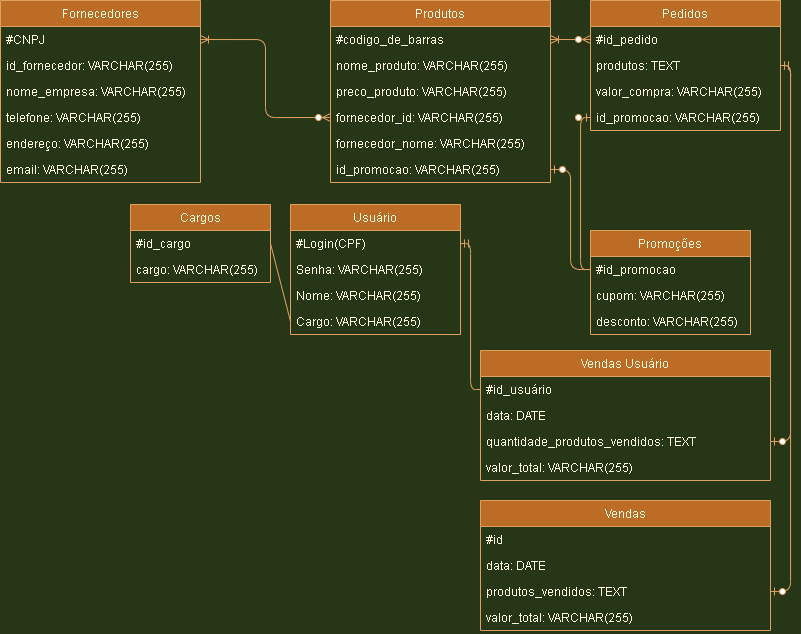
Before: Innovate Market.png, a diagram exported from draw.io (1NxT/Innovate-Market). Source tidied: cells renumbered, new cells last; positions are measured from the earlier drawing's top-left corner, leaving out a move shared by most shapes.
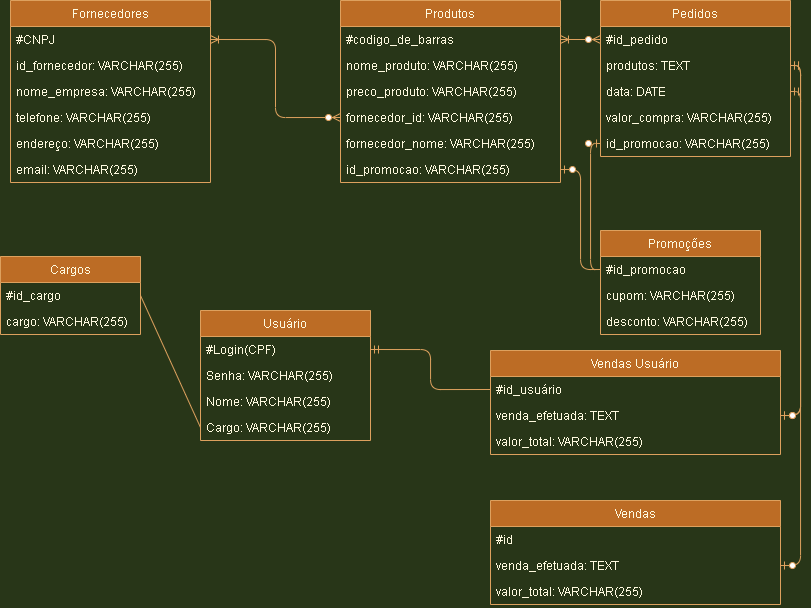
After the change.

Change to the diagram source:
```diff
@@ -3,7 +3,7 @@
     <mxCell id="0" />
     <mxCell id="1" parent="0" />
     <mxCell id="2" value="Usuário" style="swimlane;fontStyle=0;horizontal=1;startSize=26;shadow=0;fillColor=#BC6C25;strokeColor=#DDA15E;fontColor=#FEFAE0;" parent="1" vertex="1">
-      <mxGeometry x="290" y="204" width="170" height="130" as="geometry" />
+      <mxGeometry x="190" y="310" width="170" height="130" as="geometry" />
     </mxCell>
     <mxCell id="3" value="#Login(CPF) " style="text;fillColor=none;align=left;verticalAlign=top;spacingLeft=4;spacingRight=4;overflow=hidden;points=[[0,0.5],[1,0.5]];portConstraint=eastwest;shadow=0;fontColor=#FEFAE0;" parent="2" vertex="1">
       <mxGeometry y="26" width="170" height="26" as="geometry" />
@@ -18,7 +18,7 @@
       <mxGeometry y="104" width="170" height="26" as="geometry" />
     </mxCell>
     <mxCell id="7" value="Cargos" style="swimlane;fontStyle=0;horizontal=1;startSize=26;shadow=0;fillColor=#BC6C25;strokeColor=#DDA15E;fontColor=#FEFAE0;" parent="1" vertex="1">
-      <mxGeometry x="130" y="204" width="140" height="78" as="geometry" />
+      <mxGeometry x="-10" y="256" width="140" height="78" as="geometry" />
     </mxCell>
     <mxCell id="8" value="#id_cargo" style="text;fillColor=none;align=left;verticalAlign=top;spacingLeft=4;spacingRight=4;overflow=hidden;points=[[0,0.5],[1,0.5]];portConstraint=eastwest;shadow=0;fontColor=#FEFAE0;" parent="7" vertex="1">
       <mxGeometry y="26" width="140" height="26" as="geometry" />
@@ -69,7 +69,7 @@
       <mxGeometry y="156" width="200" height="26" as="geometry" />
     </mxCell>
     <mxCell id="24" value="Pedidos" style="swimlane;fontStyle=0;horizontal=1;startSize=26;shadow=0;fillColor=#BC6C25;strokeColor=#DDA15E;fontColor=#FEFAE0;" parent="1" vertex="1">
-      <mxGeometry x="590" width="190" height="130" as="geometry" />
+      <mxGeometry x="590" width="190" height="156" as="geometry" />
     </mxCell>
     <mxCell id="25" value="#id_pedido" style="text;fillColor=none;align=left;verticalAlign=top;spacingLeft=4;spacingRight=4;overflow=hidden;points=[[0,0.5],[1,0.5]];portConstraint=eastwest;shadow=0;fontColor=#FEFAE0;" parent="24" vertex="1">
       <mxGeometry y="26" width="190" height="26" as="geometry" />
@@ -77,11 +77,14 @@
     <mxCell id="26" value="produtos: TEXT" style="text;align=left;verticalAlign=top;spacingLeft=4;spacingRight=4;overflow=hidden;points=[[0,0.5],[1,0.5]];portConstraint=eastwest;shadow=0;fontColor=#FEFAE0;" parent="24" vertex="1">
       <mxGeometry y="52" width="190" height="26" as="geometry" />
     </mxCell>
+    <mxCell id="44" value="data: DATE" style="text;strokeColor=none;fillColor=none;align=left;verticalAlign=top;spacingLeft=4;spacingRight=4;overflow=hidden;points=[[0,0.5],[1,0.5]];portConstraint=eastwest;fontColor=#FEFAE0;" parent="24" vertex="1">
+      <mxGeometry y="78" width="190" height="26" as="geometry" />
+    </mxCell>
     <mxCell id="27" value="valor_compra: VARCHAR(255)" style="text;fillColor=none;align=left;verticalAlign=top;spacingLeft=4;spacingRight=4;overflow=hidden;shadow=0;fontColor=#FEFAE0;" parent="24" vertex="1">
-      <mxGeometry y="78" width="190" height="26" as="geometry" />
+      <mxGeometry y="104" width="190" height="26" as="geometry" />
     </mxCell>
     <mxCell id="28" value="id_promocao: VARCHAR(255)" style="text;fillColor=none;align=left;verticalAlign=top;spacingLeft=4;spacingRight=4;overflow=hidden;points=[[0,0.5],[1,0.5]];portConstraint=eastwest;shadow=0;fontColor=#FEFAE0;" parent="24" vertex="1">
-      <mxGeometry y="104" width="190" height="26" as="geometry" />
+      <mxGeometry y="130" width="190" height="26" as="geometry" />
     </mxCell>
     <mxCell id="29" style="edgeStyle=orthogonalEdgeStyle;fontSize=12;html=1;endArrow=ERoneToMany;startArrow=ERzeroToMany;shadow=0;entryX=1;entryY=0.5;entryDx=0;entryDy=0;exitX=0;exitY=0.5;exitDx=0;exitDy=0;labelBackgroundColor=#283618;strokeColor=#DDA15E;fontColor=#FEFAE0;" parent="1" edge="1" source="14" target="18">
       <mxGeometry relative="1" as="geometry" />
@@ -108,34 +111,28 @@
       <mxGeometry relative="1" as="geometry" />
     </mxCell>
     <mxCell id="37" value="Vendas" style="swimlane;fontStyle=0;horizontal=1;startSize=26;strokeColor=#DDA15E;fontColor=#FEFAE0;fillColor=#BC6C25;" parent="1" vertex="1">
-      <mxGeometry x="480" y="500" width="290" height="130" as="geometry" />
+      <mxGeometry x="480" y="500" width="290" height="104" as="geometry" />
     </mxCell>
     <mxCell id="38" value="#id" style="text;strokeColor=none;fillColor=none;align=left;verticalAlign=top;spacingLeft=4;spacingRight=4;overflow=hidden;fontColor=#FEFAE0;" parent="37" vertex="1">
       <mxGeometry y="26" width="290" height="26" as="geometry" />
     </mxCell>
-    <mxCell id="39" value="data: DATE" style="text;strokeColor=none;fillColor=none;align=left;verticalAlign=top;spacingLeft=4;spacingRight=4;overflow=hidden;fontColor=#FEFAE0;" parent="37" vertex="1">
-      <mxGeometry y="52" width="290" height="26" as="geometry" />
-    </mxCell>
-    <mxCell id="40" value="produtos_vendidos: TEXT" style="text;strokeColor=none;fillColor=none;align=left;verticalAlign=top;spacingLeft=4;spacingRight=4;overflow=hidden;points=[[0,0.5],[1,0.5]];portConstraint=eastwest;fontColor=#FEFAE0;" parent="37" vertex="1">
-      <mxGeometry y="78" width="290" height="26" as="geometry" />
+    <mxCell id="40" value="venda_efetuada: TEXT" style="text;strokeColor=none;fillColor=none;align=left;verticalAlign=top;spacingLeft=4;spacingRight=4;overflow=hidden;points=[[0,0.5],[1,0.5]];portConstraint=eastwest;fontColor=#FEFAE0;" parent="37" vertex="1">
+      <mxGeometry y="52" width="290" height="26" as="geometry" />
     </mxCell>
     <mxCell id="41" value="valor_total: VARCHAR(255)" style="text;strokeColor=none;fillColor=none;align=left;verticalAlign=top;spacingLeft=4;spacingRight=4;overflow=hidden;fontColor=#FEFAE0;" parent="37" vertex="1">
-      <mxGeometry y="104" width="290" height="26" as="geometry" />
+      <mxGeometry y="78" width="290" height="26" as="geometry" />
     </mxCell>
     <mxCell id="42" value="Vendas Usuário" style="swimlane;fontStyle=0;horizontal=1;startSize=26;strokeColor=#DDA15E;fontColor=#FEFAE0;fillColor=#BC6C25;" parent="1" vertex="1">
-      <mxGeometry x="480" y="350" width="290" height="130" as="geometry" />
+      <mxGeometry x="480" y="350" width="290" height="104" as="geometry" />
     </mxCell>
     <mxCell id="43" value="#id_usuário" style="text;strokeColor=none;fillColor=none;align=left;verticalAlign=top;spacingLeft=4;spacingRight=4;overflow=hidden;points=[[0,0.5],[1,0.5]];portConstraint=eastwest;fontColor=#FEFAE0;" parent="42" vertex="1">
       <mxGeometry y="26" width="290" height="26" as="geometry" />
     </mxCell>
-    <mxCell id="44" value="data: DATE" style="text;strokeColor=none;fillColor=none;align=left;verticalAlign=top;spacingLeft=4;spacingRight=4;overflow=hidden;points=[[0,0.5],[1,0.5]];portConstraint=eastwest;fontColor=#FEFAE0;" parent="42" vertex="1">
-      <mxGeometry y="52" width="290" height="26" as="geometry" />
-    </mxCell>
-    <mxCell id="45" value="quantidade_produtos_vendidos: TEXT" style="text;strokeColor=none;fillColor=none;align=left;verticalAlign=top;spacingLeft=4;spacingRight=4;overflow=hidden;points=[[0,0.5],[1,0.5]];portConstraint=eastwest;fontColor=#FEFAE0;" parent="42" vertex="1">
-      <mxGeometry y="78" width="290" height="26" as="geometry" />
+    <mxCell id="45" value="venda_efetuada: TEXT" style="text;strokeColor=none;fillColor=none;align=left;verticalAlign=top;spacingLeft=4;spacingRight=4;overflow=hidden;points=[[0,0.5],[1,0.5]];portConstraint=eastwest;fontColor=#FEFAE0;" parent="42" vertex="1">
+      <mxGeometry y="52" width="290" height="26" as="geometry" />
     </mxCell>
     <mxCell id="46" value="valor_total: VARCHAR(255)" style="text;strokeColor=none;fillColor=none;align=left;verticalAlign=top;spacingLeft=4;spacingRight=4;overflow=hidden;fontColor=#FEFAE0;" parent="42" vertex="1">
-      <mxGeometry y="104" width="290" height="26" as="geometry" />
+      <mxGeometry y="78" width="290" height="26" as="geometry" />
     </mxCell>
     <mxCell id="47" style="edgeStyle=orthogonalEdgeStyle;fontSize=12;html=1;endArrow=ERzeroToOne;startArrow=ERmandOne;entryX=1;entryY=0.5;entryDx=0;entryDy=0;exitX=1;exitY=0.5;exitDx=0;exitDy=0;labelBackgroundColor=#283618;strokeColor=#DDA15E;fontColor=#FEFAE0;" parent="1" edge="1" source="26" target="40">
       <mxGeometry relative="1" as="geometry" />
@@ -149,5 +146,8 @@
     <mxCell id="50" style="endArrow=none;html=1;exitX=1;exitY=0.5;exitDx=0;exitDy=0;entryX=0;entryY=0.5;entryDx=0;entryDy=0;labelBackgroundColor=#283618;strokeColor=#DDA15E;fontColor=#FEFAE0;" parent="1" edge="1" source="8" target="6">
       <mxGeometry relative="1" as="geometry" />
     </mxCell>
+    <mxCell id="51" style="edgeStyle=orthogonalEdgeStyle;fontSize=12;html=1;endArrow=ERzeroToOne;startArrow=ERmandOne;labelBackgroundColor=#283618;strokeColor=#DDA15E;fontColor=#FEFAE0;exitX=1;exitY=0.5;exitDx=0;exitDy=0;entryX=1;entryY=0.5;entryDx=0;entryDy=0;" parent="1" edge="1" source="44" target="45">
+      <mxGeometry relative="1" as="geometry" />
+    </mxCell>
   </root>
 </mxGraphModel>
```
